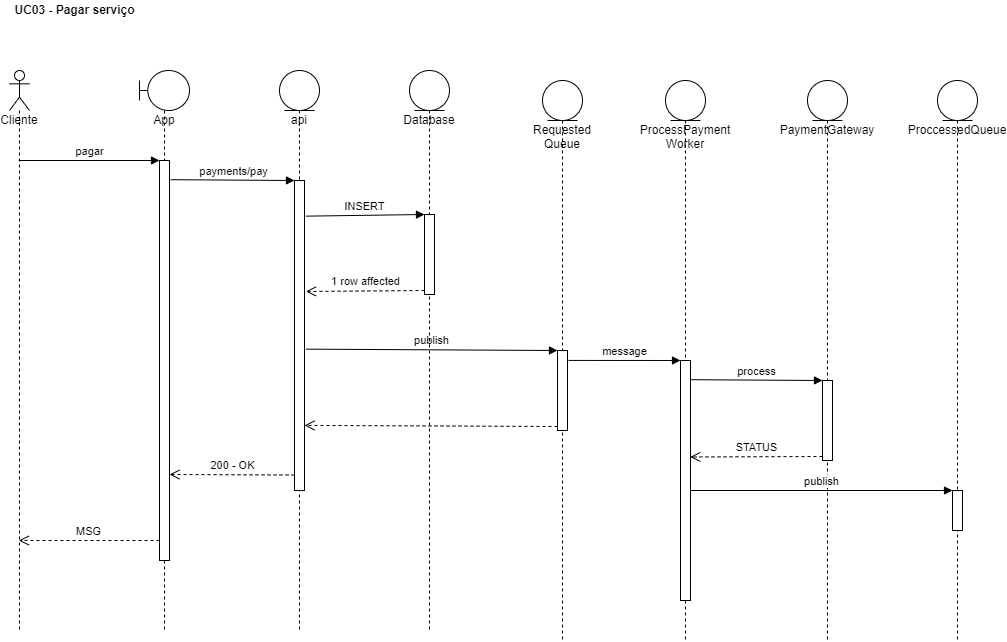
phduarte/HomeCare keeps this draw.io diagram as doc/sequencia.png. Above is the earlier version. Source tidied: cells renumbered, new cells last; positions are measured from the earlier drawing's top-left corner, leaving out a move shared by most shapes. The source it was exported from:
```xml
<mxGraphModel>
  <root>
    <mxCell id="0" />
    <mxCell id="1" parent="0" />
    <mxCell id="2" value="Cliente" style="shape=umlLifeline;participant=umlActor;perimeter=lifelinePerimeter;whiteSpace=wrap;html=1;verticalAlign=top;spacingTop=36;outlineConnect=0;" parent="1" vertex="1">
      <mxGeometry x="5" y="70" width="20" height="560" as="geometry" />
    </mxCell>
    <mxCell id="3" value="App" style="shape=umlLifeline;participant=umlBoundary;perimeter=lifelinePerimeter;whiteSpace=wrap;html=1;verticalAlign=top;spacingTop=36;" parent="1" vertex="1">
      <mxGeometry x="135" y="70" width="50" height="560" as="geometry" />
    </mxCell>
    <mxCell id="4" style="html=1;points=[];perimeter=orthogonalPerimeter;" parent="3" vertex="1">
      <mxGeometry x="20" y="90" width="10" height="400" as="geometry" />
    </mxCell>
    <mxCell id="5" value="api" style="shape=umlLifeline;participant=umlEntity;perimeter=lifelinePerimeter;whiteSpace=wrap;html=1;verticalAlign=top;spacingTop=36;" parent="1" vertex="1">
      <mxGeometry x="275" y="70" width="40" height="560" as="geometry" />
    </mxCell>
    <mxCell id="6" style="html=1;points=[];perimeter=orthogonalPerimeter;" parent="5" vertex="1">
      <mxGeometry x="15" y="110" width="10" height="310" as="geometry" />
    </mxCell>
    <mxCell id="7" value="pagar" style="html=1;verticalAlign=bottom;endArrow=block;entryX=0;entryY=0;rounded=0;" parent="1" edge="1" source="2" target="4">
      <mxGeometry relative="1" as="geometry" />
    </mxCell>
    <mxCell id="8" value="MSG" style="html=1;verticalAlign=bottom;endArrow=open;dashed=1;endSize=8;exitX=0;exitY=0.95;rounded=0;" parent="1" edge="1" source="4" target="2">
      <mxGeometry relative="1" as="geometry" />
    </mxCell>
    <mxCell id="9" value="payments/pay" style="html=1;verticalAlign=bottom;endArrow=block;entryX=0;entryY=0;rounded=0;exitX=1.119;exitY=0.048;exitDx=0;exitDy=0;exitPerimeter=0;" parent="1" edge="1" source="4" target="6">
      <mxGeometry relative="1" as="geometry" />
    </mxCell>
    <mxCell id="10" value="200 - OK" style="html=1;verticalAlign=bottom;endArrow=open;dashed=1;endSize=8;exitX=0;exitY=0.95;rounded=0;entryX=1;entryY=0.785;entryDx=0;entryDy=0;entryPerimeter=0;" parent="1" edge="1" source="6" target="4">
      <mxGeometry relative="1" as="geometry" />
    </mxCell>
    <mxCell id="11" value="PaymentGateway" style="shape=umlLifeline;participant=umlEntity;perimeter=lifelinePerimeter;whiteSpace=wrap;html=1;verticalAlign=top;spacingTop=36;" parent="1" vertex="1">
      <mxGeometry x="803" y="80" width="40" height="560" as="geometry" />
    </mxCell>
    <mxCell id="12" style="html=1;points=[];perimeter=orthogonalPerimeter;" parent="11" vertex="1">
      <mxGeometry x="15" y="300" width="10" height="80" as="geometry" />
    </mxCell>
    <mxCell id="13" value="ProcessPayment&lt;br&gt;Worker" style="shape=umlLifeline;participant=umlEntity;perimeter=lifelinePerimeter;whiteSpace=wrap;html=1;verticalAlign=top;spacingTop=36;" parent="1" vertex="1">
      <mxGeometry x="661" y="80" width="40" height="560" as="geometry" />
    </mxCell>
    <mxCell id="14" style="html=1;points=[];perimeter=orthogonalPerimeter;" parent="13" vertex="1">
      <mxGeometry x="15" y="280" width="10" height="240" as="geometry" />
    </mxCell>
    <mxCell id="15" value="Requested Queue" style="shape=umlLifeline;participant=umlEntity;perimeter=lifelinePerimeter;whiteSpace=wrap;html=1;verticalAlign=top;spacingTop=36;" parent="1" vertex="1">
      <mxGeometry x="538" y="80" width="40" height="560" as="geometry" />
    </mxCell>
    <mxCell id="16" style="html=1;points=[];perimeter=orthogonalPerimeter;" parent="15" vertex="1">
      <mxGeometry x="15" y="270" width="10" height="80" as="geometry" />
    </mxCell>
    <mxCell id="17" style="html=1;verticalAlign=bottom;endArrow=open;dashed=1;endSize=8;exitX=0;exitY=0.95;rounded=0;entryX=1;entryY=0.79;entryDx=0;entryDy=0;entryPerimeter=0;" parent="1" edge="1" source="16" target="6">
      <mxGeometry relative="1" as="geometry" />
    </mxCell>
    <mxCell id="18" value="publish" style="html=1;verticalAlign=bottom;endArrow=block;entryX=0;entryY=0;rounded=0;exitX=1.141;exitY=0.544;exitDx=0;exitDy=0;exitPerimeter=0;" parent="1" edge="1" source="6" target="16">
      <mxGeometry relative="1" as="geometry" />
    </mxCell>
    <mxCell id="19" value="message" style="html=1;verticalAlign=bottom;endArrow=block;entryX=0;entryY=0;rounded=0;exitX=1.1;exitY=0.124;exitDx=0;exitDy=0;exitPerimeter=0;" parent="1" edge="1" source="16" target="14">
      <mxGeometry relative="1" as="geometry" />
    </mxCell>
    <mxCell id="20" value="ProccessedQueue" style="shape=umlLifeline;participant=umlEntity;perimeter=lifelinePerimeter;whiteSpace=wrap;html=1;verticalAlign=top;spacingTop=36;" parent="1" vertex="1">
      <mxGeometry x="933" y="80" width="40" height="560" as="geometry" />
    </mxCell>
    <mxCell id="21" style="html=1;points=[];perimeter=orthogonalPerimeter;" parent="20" vertex="1">
      <mxGeometry x="15" y="410" width="10" height="40" as="geometry" />
    </mxCell>
    <mxCell id="22" value="Database" style="shape=umlLifeline;participant=umlEntity;perimeter=lifelinePerimeter;whiteSpace=wrap;html=1;verticalAlign=top;spacingTop=36;" parent="1" vertex="1">
      <mxGeometry x="405" y="70" width="40" height="560" as="geometry" />
    </mxCell>
    <mxCell id="23" style="html=1;points=[];perimeter=orthogonalPerimeter;" parent="22" vertex="1">
      <mxGeometry x="15" y="144" width="10" height="80" as="geometry" />
    </mxCell>
    <mxCell id="24" value="INSERT" style="html=1;verticalAlign=bottom;endArrow=block;entryX=0;entryY=0;rounded=0;exitX=1.141;exitY=0.115;exitDx=0;exitDy=0;exitPerimeter=0;" parent="1" edge="1" source="6" target="23">
      <mxGeometry relative="1" as="geometry" />
    </mxCell>
    <mxCell id="25" value="1 row affected" style="html=1;verticalAlign=bottom;endArrow=open;dashed=1;endSize=8;exitX=0;exitY=0.95;rounded=0;entryX=1.141;entryY=0.358;entryDx=0;entryDy=0;entryPerimeter=0;" parent="1" edge="1" source="23" target="6">
      <mxGeometry relative="1" as="geometry" />
    </mxCell>
    <mxCell id="26" value="process" style="html=1;verticalAlign=bottom;endArrow=block;entryX=0;entryY=0;rounded=0;exitX=1.021;exitY=0.08;exitDx=0;exitDy=0;exitPerimeter=0;" parent="1" edge="1" source="14" target="12">
      <mxGeometry relative="1" as="geometry" />
    </mxCell>
    <mxCell id="27" value="STATUS" style="html=1;verticalAlign=bottom;endArrow=open;dashed=1;endSize=8;exitX=0;exitY=0.95;rounded=0;entryX=0.975;entryY=0.402;entryDx=0;entryDy=0;entryPerimeter=0;" parent="1" edge="1" source="12" target="14">
      <mxGeometry relative="1" as="geometry" />
    </mxCell>
    <mxCell id="28" value="publish" style="html=1;verticalAlign=bottom;endArrow=block;entryX=0;entryY=0;rounded=0;" parent="1" edge="1" source="14" target="21">
      <mxGeometry relative="1" as="geometry" />
    </mxCell>
    <mxCell id="29" value="UC03 - Pagar serviço" style="text;html=1;align=center;verticalAlign=middle;strokeColor=none;fillColor=none;fontStyle=1;" parent="1" vertex="1">
      <mxGeometry width="140" height="20" as="geometry" />
    </mxCell>
  </root>
</mxGraphModel>
```
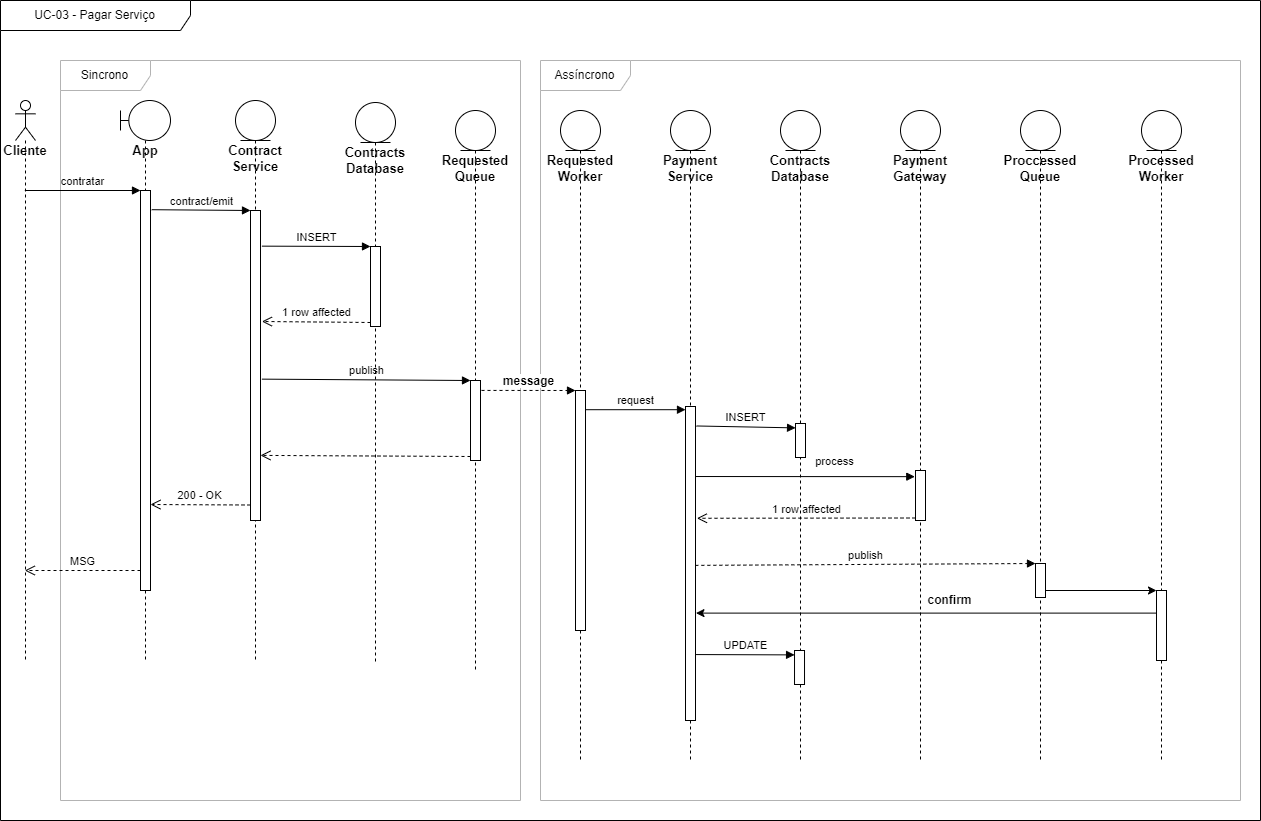
Later version of the same file.

Commit message:
atualização das imagens do diagrama

Diff of the diagram source:
```diff
@@ -2,47 +2,56 @@
   <root>
     <mxCell id="0" />
     <mxCell id="1" parent="0" />
+    <mxCell id="30" value="UC-03 - Pagar Serviço" style="shape=umlFrame;whiteSpace=wrap;html=1;strokeColor=#000000;width=190;height=30;" parent="1" vertex="1">
+      <mxGeometry x="-78" y="-74" width="1260" height="820" as="geometry" />
+    </mxCell>
+    <mxCell id="31" value="Assíncrono" style="shape=umlFrame;whiteSpace=wrap;html=1;width=90;height=30;strokeColor=#B3B3B3;" parent="1" vertex="1">
+      <mxGeometry x="462" y="-14" width="700" height="740" as="geometry" />
+    </mxCell>
+    <mxCell id="32" value="Sincrono" style="shape=umlFrame;whiteSpace=wrap;html=1;strokeColor=#B3B3B3;width=90;height=30;" parent="1" vertex="1">
+      <mxGeometry x="-18" y="-14" width="460" height="740" as="geometry" />
+    </mxCell>
-    <mxCell id="2" value="Cliente" style="shape=umlLifeline;participant=umlActor;perimeter=lifelinePerimeter;whiteSpace=wrap;html=1;verticalAlign=top;spacingTop=36;outlineConnect=0;" parent="1" vertex="1">
-      <mxGeometry x="5" y="70" width="20" height="560" as="geometry" />
+    <mxCell id="2" value="Cliente" style="shape=umlLifeline;participant=umlActor;perimeter=lifelinePerimeter;whiteSpace=wrap;html=1;verticalAlign=top;spacingTop=36;outlineConnect=0;fontStyle=1;fontSize=13;" parent="1" vertex="1">
+      <mxGeometry x="-63" y="26" width="20" height="560" as="geometry" />
     </mxCell>
-    <mxCell id="3" value="App" style="shape=umlLifeline;participant=umlBoundary;perimeter=lifelinePerimeter;whiteSpace=wrap;html=1;verticalAlign=top;spacingTop=36;" parent="1" vertex="1">
-      <mxGeometry x="135" y="70" width="50" height="560" as="geometry" />
+    <mxCell id="3" value="App" style="shape=umlLifeline;participant=umlBoundary;perimeter=lifelinePerimeter;whiteSpace=wrap;html=1;verticalAlign=top;spacingTop=36;fontStyle=1;fontSize=13;" parent="1" vertex="1">
+      <mxGeometry x="42" y="26" width="50" height="560" as="geometry" />
     </mxCell>
     <mxCell id="4" style="html=1;points=[];perimeter=orthogonalPerimeter;" parent="3" vertex="1">
       <mxGeometry x="20" y="90" width="10" height="400" as="geometry" />
     </mxCell>
-    <mxCell id="5" value="api" style="shape=umlLifeline;participant=umlEntity;perimeter=lifelinePerimeter;whiteSpace=wrap;html=1;verticalAlign=top;spacingTop=36;" parent="1" vertex="1">
-      <mxGeometry x="275" y="70" width="40" height="560" as="geometry" />
+    <mxCell id="5" value="Contract&lt;br style=&quot;font-size: 13px;&quot;&gt;Service" style="shape=umlLifeline;participant=umlEntity;perimeter=lifelinePerimeter;whiteSpace=wrap;html=1;verticalAlign=top;spacingTop=36;fontStyle=1;fontSize=13;" parent="1" vertex="1">
+      <mxGeometry x="157" y="26" width="40" height="560" as="geometry" />
     </mxCell>
     <mxCell id="6" style="html=1;points=[];perimeter=orthogonalPerimeter;" parent="5" vertex="1">
       <mxGeometry x="15" y="110" width="10" height="310" as="geometry" />
     </mxCell>
-    <mxCell id="7" value="pagar" style="html=1;verticalAlign=bottom;endArrow=block;entryX=0;entryY=0;rounded=0;" parent="1" edge="1" source="2" target="4">
+    <mxCell id="7" value="contratar" style="html=1;verticalAlign=bottom;endArrow=block;entryX=0;entryY=0;rounded=0;" parent="1" edge="1" source="2" target="4">
       <mxGeometry relative="1" as="geometry" />
     </mxCell>
     <mxCell id="8" value="MSG" style="html=1;verticalAlign=bottom;endArrow=open;dashed=1;endSize=8;exitX=0;exitY=0.95;rounded=0;" parent="1" edge="1" source="4" target="2">
       <mxGeometry relative="1" as="geometry" />
     </mxCell>
-    <mxCell id="9" value="payments/pay" style="html=1;verticalAlign=bottom;endArrow=block;entryX=0;entryY=0;rounded=0;exitX=1.119;exitY=0.048;exitDx=0;exitDy=0;exitPerimeter=0;" parent="1" edge="1" source="4" target="6">
+    <mxCell id="9" value="contract/emit" style="html=1;verticalAlign=bottom;endArrow=block;entryX=0;entryY=0;rounded=0;exitX=1.119;exitY=0.048;exitDx=0;exitDy=0;exitPerimeter=0;" parent="1" edge="1" source="4" target="6">
       <mxGeometry relative="1" as="geometry" />
     </mxCell>
     <mxCell id="10" value="200 - OK" style="html=1;verticalAlign=bottom;endArrow=open;dashed=1;endSize=8;exitX=0;exitY=0.95;rounded=0;entryX=1;entryY=0.785;entryDx=0;entryDy=0;entryPerimeter=0;" parent="1" edge="1" source="6" target="4">
       <mxGeometry relative="1" as="geometry" />
     </mxCell>
-    <mxCell id="11" value="PaymentGateway" style="shape=umlLifeline;participant=umlEntity;perimeter=lifelinePerimeter;whiteSpace=wrap;html=1;verticalAlign=top;spacingTop=36;" parent="1" vertex="1">
-      <mxGeometry x="803" y="80" width="40" height="560" as="geometry" />
+    <mxCell id="11" value="Payment&lt;br style=&quot;font-size: 13px;&quot;&gt;Gateway" style="shape=umlLifeline;participant=umlEntity;perimeter=lifelinePerimeter;whiteSpace=wrap;html=1;verticalAlign=top;spacingTop=36;fontStyle=1;fontSize=13;" parent="1" vertex="1">
+      <mxGeometry x="822" y="36" width="40" height="650" as="geometry" />
     </mxCell>
     <mxCell id="12" style="html=1;points=[];perimeter=orthogonalPerimeter;" parent="11" vertex="1">
-      <mxGeometry x="15" y="300" width="10" height="80" as="geometry" />
+      <mxGeometry x="15" y="360" width="10" height="50" as="geometry" />
     </mxCell>
-    <mxCell id="13" value="ProcessPayment&lt;br&gt;Worker" style="shape=umlLifeline;participant=umlEntity;perimeter=lifelinePerimeter;whiteSpace=wrap;html=1;verticalAlign=top;spacingTop=36;" parent="1" vertex="1">
-      <mxGeometry x="661" y="80" width="40" height="560" as="geometry" />
+    <mxCell id="13" value="Requested&lt;br style=&quot;font-size: 13px;&quot;&gt;Worker" style="shape=umlLifeline;participant=umlEntity;perimeter=lifelinePerimeter;whiteSpace=wrap;html=1;verticalAlign=top;spacingTop=36;fontStyle=1;fontSize=13;" parent="1" vertex="1">
+      <mxGeometry x="482" y="36" width="40" height="650" as="geometry" />
     </mxCell>
     <mxCell id="14" style="html=1;points=[];perimeter=orthogonalPerimeter;" parent="13" vertex="1">
       <mxGeometry x="15" y="280" width="10" height="240" as="geometry" />
     </mxCell>
-    <mxCell id="15" value="Requested Queue" style="shape=umlLifeline;participant=umlEntity;perimeter=lifelinePerimeter;whiteSpace=wrap;html=1;verticalAlign=top;spacingTop=36;" parent="1" vertex="1">
-      <mxGeometry x="538" y="80" width="40" height="560" as="geometry" />
+    <mxCell id="15" value="Requested Queue" style="shape=umlLifeline;participant=umlEntity;perimeter=lifelinePerimeter;whiteSpace=wrap;html=1;verticalAlign=top;spacingTop=36;fontStyle=1;fontSize=13;" parent="1" vertex="1">
+      <mxGeometry x="377" y="36" width="40" height="560" as="geometry" />
     </mxCell>
     <mxCell id="16" style="html=1;points=[];perimeter=orthogonalPerimeter;" parent="15" vertex="1">
       <mxGeometry x="15" y="270" width="10" height="80" as="geometry" />
@@ -53,17 +62,17 @@
     <mxCell id="18" value="publish" style="html=1;verticalAlign=bottom;endArrow=block;entryX=0;entryY=0;rounded=0;exitX=1.141;exitY=0.544;exitDx=0;exitDy=0;exitPerimeter=0;" parent="1" edge="1" source="6" target="16">
       <mxGeometry relative="1" as="geometry" />
     </mxCell>
-    <mxCell id="19" value="message" style="html=1;verticalAlign=bottom;endArrow=block;entryX=0;entryY=0;rounded=0;exitX=1.1;exitY=0.124;exitDx=0;exitDy=0;exitPerimeter=0;" parent="1" edge="1" source="16" target="14">
+    <mxCell id="19" value="message" style="html=1;verticalAlign=bottom;endArrow=block;entryX=0;entryY=0;rounded=0;exitX=1.1;exitY=0.124;exitDx=0;exitDy=0;exitPerimeter=0;dashed=1;fontStyle=1;fontSize=12;" parent="1" edge="1" source="16" target="14">
       <mxGeometry relative="1" as="geometry" />
     </mxCell>
-    <mxCell id="20" value="ProccessedQueue" style="shape=umlLifeline;participant=umlEntity;perimeter=lifelinePerimeter;whiteSpace=wrap;html=1;verticalAlign=top;spacingTop=36;" parent="1" vertex="1">
-      <mxGeometry x="933" y="80" width="40" height="560" as="geometry" />
+    <mxCell id="20" value="Proccessed&lt;br style=&quot;font-size: 13px;&quot;&gt;Queue" style="shape=umlLifeline;participant=umlEntity;perimeter=lifelinePerimeter;whiteSpace=wrap;html=1;verticalAlign=top;spacingTop=36;fontStyle=1;fontSize=13;" parent="1" vertex="1">
+      <mxGeometry x="942" y="36" width="40" height="650" as="geometry" />
     </mxCell>
     <mxCell id="21" style="html=1;points=[];perimeter=orthogonalPerimeter;" parent="20" vertex="1">
-      <mxGeometry x="15" y="410" width="10" height="40" as="geometry" />
+      <mxGeometry x="15" y="453" width="10" height="34" as="geometry" />
     </mxCell>
-    <mxCell id="22" value="Database" style="shape=umlLifeline;participant=umlEntity;perimeter=lifelinePerimeter;whiteSpace=wrap;html=1;verticalAlign=top;spacingTop=36;" parent="1" vertex="1">
-      <mxGeometry x="405" y="70" width="40" height="560" as="geometry" />
+    <mxCell id="22" value="Contracts Database" style="shape=umlLifeline;participant=umlEntity;perimeter=lifelinePerimeter;whiteSpace=wrap;html=1;verticalAlign=top;spacingTop=36;fontStyle=1;fontSize=13;" parent="1" vertex="1">
+      <mxGeometry x="277" y="28" width="40" height="560" as="geometry" />
     </mxCell>
     <mxCell id="23" style="html=1;points=[];perimeter=orthogonalPerimeter;" parent="22" vertex="1">
       <mxGeometry x="15" y="144" width="10" height="80" as="geometry" />
@@ -74,17 +83,50 @@
     <mxCell id="25" value="1 row affected" style="html=1;verticalAlign=bottom;endArrow=open;dashed=1;endSize=8;exitX=0;exitY=0.95;rounded=0;entryX=1.141;entryY=0.358;entryDx=0;entryDy=0;entryPerimeter=0;" parent="1" edge="1" source="23" target="6">
       <mxGeometry relative="1" as="geometry" />
     </mxCell>
-    <mxCell id="26" value="process" style="html=1;verticalAlign=bottom;endArrow=block;entryX=0;entryY=0;rounded=0;exitX=1.021;exitY=0.08;exitDx=0;exitDy=0;exitPerimeter=0;" parent="1" edge="1" source="14" target="12">
+    <mxCell id="26" value="request" style="html=1;verticalAlign=bottom;endArrow=block;rounded=0;exitX=1.021;exitY=0.08;exitDx=0;exitDy=0;exitPerimeter=0;" parent="1" edge="1" source="14" target="34">
       <mxGeometry relative="1" as="geometry" />
     </mxCell>
-    <mxCell id="27" value="STATUS" style="html=1;verticalAlign=bottom;endArrow=open;dashed=1;endSize=8;exitX=0;exitY=0.95;rounded=0;entryX=0.975;entryY=0.402;entryDx=0;entryDy=0;entryPerimeter=0;" parent="1" edge="1" source="12" target="14">
+    <mxCell id="27" value="1 row affected" style="html=1;verticalAlign=bottom;endArrow=open;dashed=1;endSize=8;exitX=0;exitY=0.95;rounded=0;entryX=1.144;entryY=0.356;entryDx=0;entryDy=0;entryPerimeter=0;" parent="1" edge="1" source="12" target="34">
       <mxGeometry relative="1" as="geometry" />
     </mxCell>
-    <mxCell id="28" value="publish" style="html=1;verticalAlign=bottom;endArrow=block;entryX=0;entryY=0;rounded=0;" parent="1" edge="1" source="14" target="21">
+    <mxCell id="28" value="publish" style="html=1;verticalAlign=bottom;endArrow=block;entryX=0;entryY=0;rounded=0;exitX=0.986;exitY=0.506;exitDx=0;exitDy=0;exitPerimeter=0;dashed=1;" parent="1" edge="1" source="34" target="21">
       <mxGeometry relative="1" as="geometry" />
     </mxCell>
-    <mxCell id="29" value="UC03 - Pagar serviço" style="text;html=1;align=center;verticalAlign=middle;strokeColor=none;fillColor=none;fontStyle=1;" parent="1" vertex="1">
-      <mxGeometry width="140" height="20" as="geometry" />
-    </mxCell>
+    <mxCell id="33" value="Payment&lt;br style=&quot;font-size: 13px;&quot;&gt;Service" style="shape=umlLifeline;participant=umlEntity;perimeter=lifelinePerimeter;whiteSpace=wrap;html=1;verticalAlign=top;spacingTop=36;fontStyle=1;fontSize=13;" parent="1" vertex="1">
+      <mxGeometry x="592" y="36" width="40" height="650" as="geometry" />
+    </mxCell>
+    <mxCell id="34" style="html=1;points=[];perimeter=orthogonalPerimeter;" parent="33" vertex="1">
+      <mxGeometry x="15" y="296" width="10" height="314" as="geometry" />
+    </mxCell>
+    <mxCell id="35" value="Contracts Database" style="shape=umlLifeline;participant=umlEntity;perimeter=lifelinePerimeter;whiteSpace=wrap;html=1;verticalAlign=top;spacingTop=36;fontStyle=1;fontSize=13;" parent="1" vertex="1">
+      <mxGeometry x="702" y="36" width="40" height="650" as="geometry" />
+    </mxCell>
+    <mxCell id="36" style="html=1;points=[];perimeter=orthogonalPerimeter;" parent="35" vertex="1">
+      <mxGeometry x="15" y="313" width="10" height="34" as="geometry" />
+    </mxCell>
+    <mxCell id="37" style="html=1;points=[];perimeter=orthogonalPerimeter;" parent="35" vertex="1">
+      <mxGeometry x="14" y="540" width="10" height="34" as="geometry" />
+    </mxCell>
+    <mxCell id="38" value="INSERT" style="html=1;verticalAlign=bottom;endArrow=block;entryX=0.005;entryY=0.129;rounded=0;exitX=1.098;exitY=0.062;exitDx=0;exitDy=0;exitPerimeter=0;entryDx=0;entryDy=0;entryPerimeter=0;" parent="1" edge="1" source="34" target="36">
+      <mxGeometry relative="1" as="geometry" />
+    </mxCell>
+    <mxCell id="39" value="process" style="html=1;verticalAlign=bottom;endArrow=block;rounded=0;entryX=-0.071;entryY=0.123;entryDx=0;entryDy=0;entryPerimeter=0;exitX=1.028;exitY=0.223;exitDx=0;exitDy=0;exitPerimeter=0;" parent="1" edge="1" source="34" target="12">
+      <mxGeometry x="0.27" y="6" relative="1" as="geometry" />
+    </mxCell>
+    <mxCell id="40" value="Processed&lt;br style=&quot;font-size: 13px;&quot;&gt;Worker" style="shape=umlLifeline;participant=umlEntity;perimeter=lifelinePerimeter;whiteSpace=wrap;html=1;verticalAlign=top;spacingTop=36;fontStyle=1;fontSize=13;" parent="1" vertex="1">
+      <mxGeometry x="1063" y="36" width="40" height="650" as="geometry" />
+    </mxCell>
+    <mxCell id="41" style="html=1;points=[];perimeter=orthogonalPerimeter;" parent="40" vertex="1">
+      <mxGeometry x="15" y="480" width="10" height="70" as="geometry" />
+    </mxCell>
+    <mxCell id="42" style="rounded=0;jettySize=auto;html=1;" parent="1" edge="1" source="21" target="41">
+      <mxGeometry relative="1" as="geometry" />
+    </mxCell>
+    <mxCell id="43" value="confirm" style="edgeStyle=none;rounded=0;jettySize=auto;html=1;entryX=1.046;entryY=0.658;entryDx=0;entryDy=0;entryPerimeter=0;fontStyle=1;fontSize=12;" parent="1" edge="1" source="41" target="34">
+      <mxGeometry x="-0.1" y="-13" relative="1" as="geometry" />
+    </mxCell>
+    <mxCell id="44" value="UPDATE" style="html=1;verticalAlign=bottom;endArrow=block;entryX=0.005;entryY=0.129;rounded=0;exitX=1.053;exitY=0.79;exitDx=0;exitDy=0;exitPerimeter=0;entryDx=0;entryDy=0;entryPerimeter=0;" parent="1" edge="1" source="34" target="37">
+      <mxGeometry relative="1" as="geometry" />
+    </mxCell>
   </root>
 </mxGraphModel>
```
